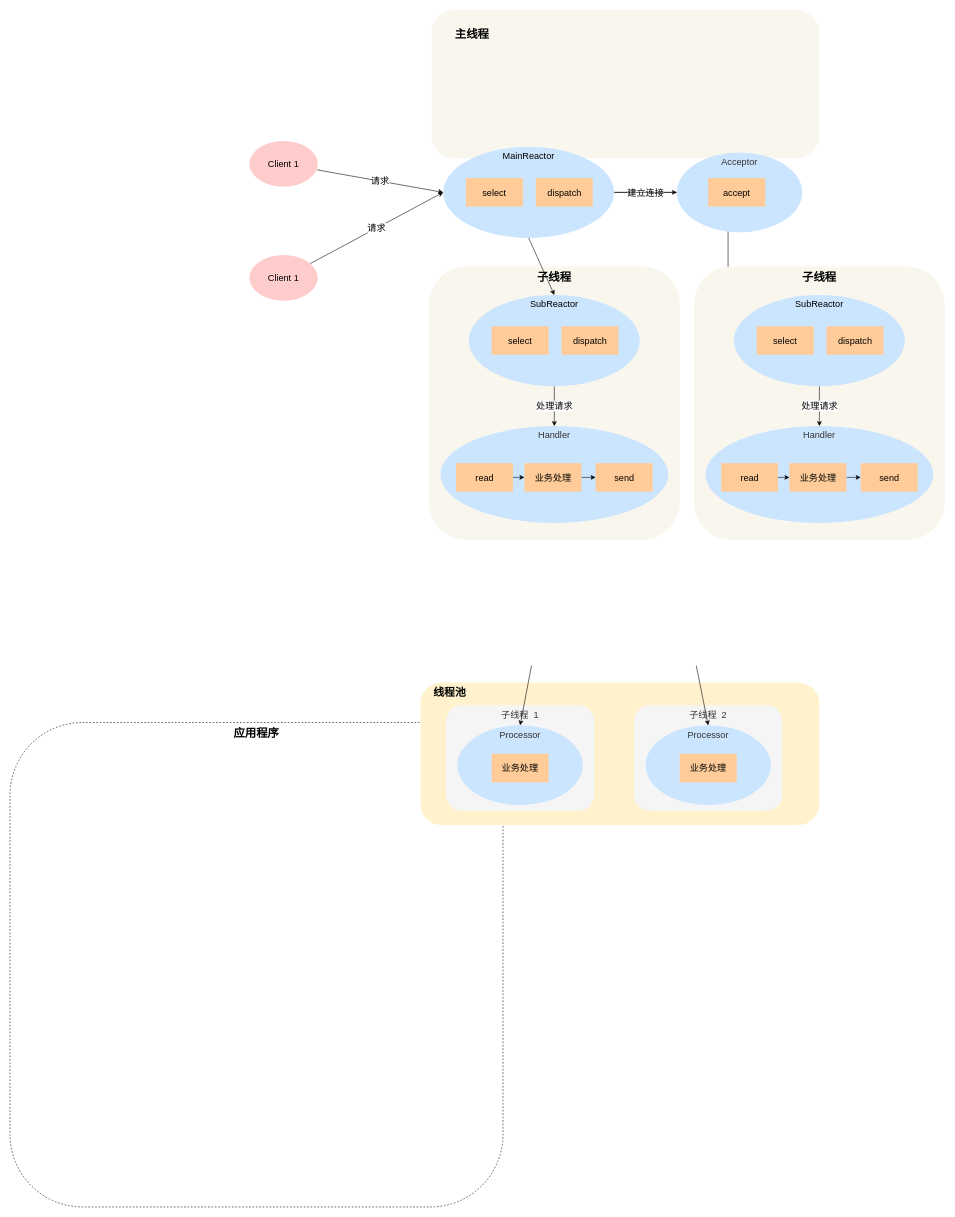
Earlier version of the draw.io diagram 操作系统/Reactor/主从Reactor多线程.drawio (xiaolincoder/ImageHost4). Source tidied: cells renumbered, new cells numbered last; positions are measured from the earlier drawing's top-left corner, leaving out a move shared by most shapes. Both pictures are drawn from the tidied source at 57%, with x=0, y=0 at pixel (10, 10).
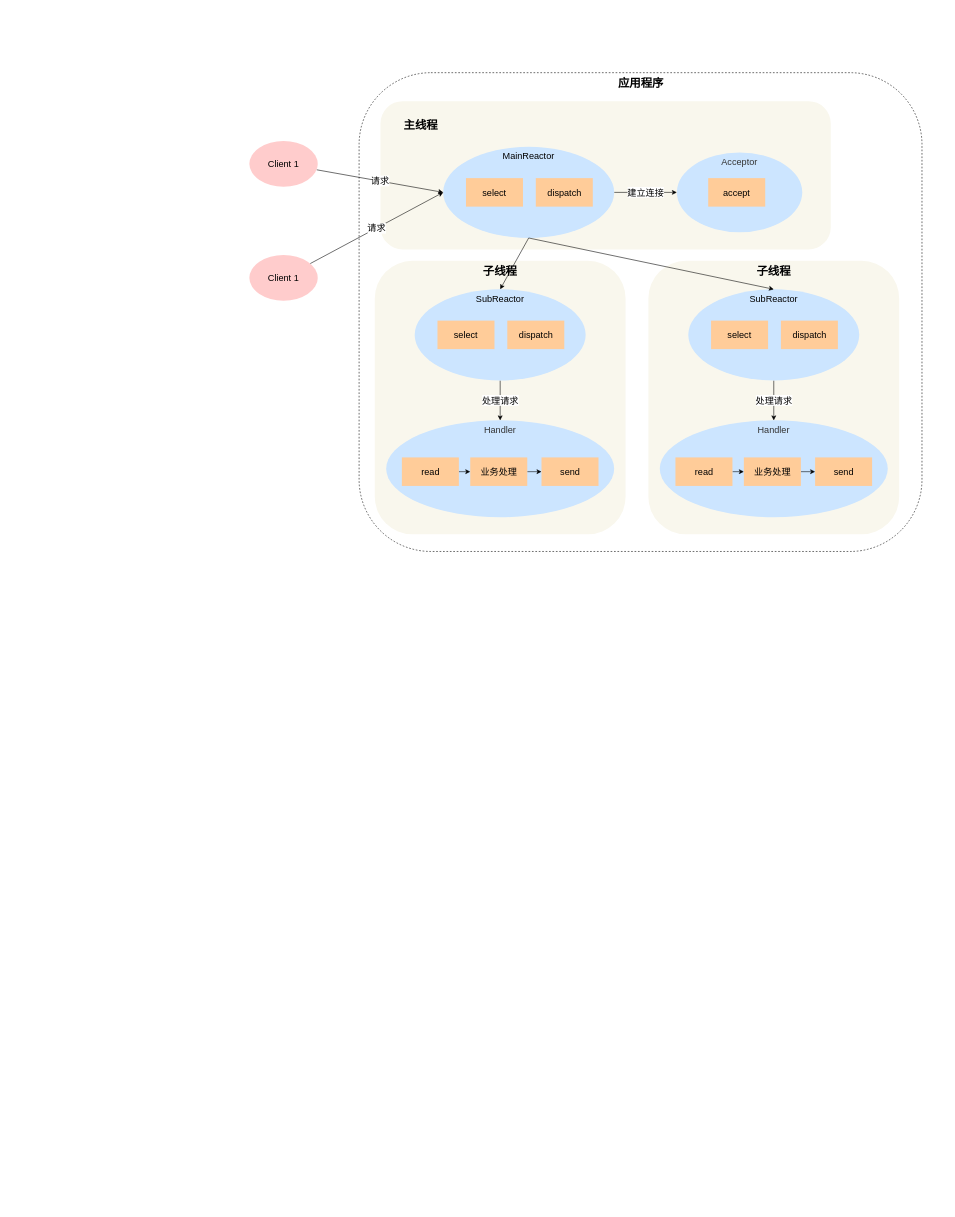
The same page after the edit.

Commit message (it also covers changes not shown here):
更新主从Reactor多线程.drawio

Unchanged cells that the change refers to:
```xml
<mxCell id="13" value="&lt;span style=&quot;font-size: 16px ; font-family: &amp;#34;pingfang sc&amp;#34; , &amp;#34;lantinghei sc&amp;#34; , &amp;#34;microsoft yahei&amp;#34; , &amp;#34;hiragino sans gb&amp;#34; , &amp;#34;microsoft sans serif&amp;#34; , &amp;#34;wenquanyi micro hei&amp;#34; , &amp;#34;helvetica&amp;#34; , sans-serif&quot;&gt;MainReactor&lt;/span&gt;" style="ellipse;html=1;verticalAlign=top;fontSize=16;fillColor=#cce5ff;whiteSpace=wrap;labelBackgroundColor=none;strokeColor=none;" parent="1" vertex="1">
  <mxGeometry x="760" y="240" width="300" height="160" as="geometry" />
</mxCell>
```

What changed in the source:
```diff
@@
+    <mxCell id="3" value="&lt;font style=&quot;font-size: 20px&quot;&gt;&lt;b&gt;应用程序&lt;/b&gt;&lt;/font&gt;" style="rounded=1;whiteSpace=wrap;html=1;labelBackgroundColor=none;fontSize=19;align=center;horizontal=1;verticalAlign=top;dashed=1;" parent="1" vertex="1">
+      <mxGeometry x="612.5" y="110" width="987.5" height="840" as="geometry" />
+    </mxCell>
     <mxCell id="2" value="&lt;span style=&quot;font-size: 20px&quot;&gt;&lt;b&gt;子线程&lt;/b&gt;&lt;/span&gt;" style="rounded=1;whiteSpace=wrap;html=1;fontSize=16;align=center;verticalAlign=top;fillColor=#f9f7ed;strokeColor=none;" parent="1" vertex="1">
-      <mxGeometry x="735" y="450" width="440" height="480" as="geometry" />
+      <mxGeometry x="640" y="440" width="440" height="480" as="geometry" />
     </mxCell>
-    <mxCell id="3" value="&lt;font style=&quot;font-size: 20px&quot;&gt;&lt;b&gt;应用程序&lt;/b&gt;&lt;/font&gt;" style="rounded=1;whiteSpace=wrap;html=1;labelBackgroundColor=none;fontSize=19;align=center;horizontal=1;verticalAlign=top;dashed=1;" parent="1" vertex="1">
-      <mxGeometry y="1250" width="865" height="850" as="geometry" />
-    </mxCell>
-    <mxCell id="4" value="&amp;nbsp; &amp;nbsp; 线程池" style="rounded=1;whiteSpace=wrap;html=1;labelBackgroundColor=none;fontSize=19;fontStyle=1;align=left;verticalAlign=top;fillColor=#fff2cc;strokeColor=none;" parent="1" vertex="1">
-      <mxGeometry x="720" y="1180" width="700" height="250" as="geometry" />
-    </mxCell>
-    <mxCell id="5" value="子线程 &amp;nbsp;1" style="rounded=1;whiteSpace=wrap;html=1;labelBackgroundColor=none;fontSize=16;verticalAlign=top;fillColor=#f5f5f5;fontColor=#333333;strokeColor=none;" parent="1" vertex="1">
-      <mxGeometry x="765" y="1220" width="260" height="185" as="geometry" />
-    </mxCell>
     <mxCell id="6" value="&lt;span style=&quot;font-size: 20px&quot;&gt;&lt;b&gt;&lt;br&gt;&amp;nbsp; &amp;nbsp; &amp;nbsp; &amp;nbsp;主线程&lt;/b&gt;&lt;/span&gt;" style="rounded=1;whiteSpace=wrap;html=1;fontSize=16;align=left;verticalAlign=top;fillColor=#f9f7ed;strokeColor=none;" parent="1" vertex="1">
-      <mxGeometry x="740" width="680" height="260" as="geometry" />
+      <mxGeometry x="650" y="160" width="790" height="260" as="geometry" />
     </mxCell>
-    <mxCell id="7" style="edgeStyle=none;rounded=0;jettySize=auto;html=1;entryX=0.5;entryY=0;entryDx=0;entryDy=0;fontSize=19;exitX=0.5;exitY=1;exitDx=0;exitDy=0;" parent="1" edge="1" target="25">
-      <mxGeometry relative="1" as="geometry">
-        <mxPoint x="915" y="1150" as="sourcePoint" />
-      </mxGeometry>
-    </mxCell>
     <mxCell id="8" value="&lt;span style=&quot;color: rgb(51 , 51 , 51) ; font-family: &amp;#34;pingfang sc&amp;#34; , &amp;#34;lantinghei sc&amp;#34; , &amp;#34;microsoft yahei&amp;#34; , &amp;#34;hiragino sans gb&amp;#34; , &amp;#34;microsoft sans serif&amp;#34; , &amp;#34;wenquanyi micro hei&amp;#34; , &amp;#34;helvetica&amp;#34; , sans-serif&quot;&gt;Handler&lt;/span&gt;" style="ellipse;whiteSpace=wrap;html=1;verticalAlign=top;fontSize=16;fillColor=#cce5ff;labelBackgroundColor=none;strokeColor=none;" parent="1" vertex="1">
-      <mxGeometry x="755" y="730" width="400" height="170" as="geometry" />
+      <mxGeometry x="660" y="720" width="400" height="170" as="geometry" />
     </mxCell>
@@
     <mxCell id="10" value="处理请求" style="rounded=0;jettySize=auto;html=1;entryX=0.5;entryY=0;entryDx=0;entryDy=0;fontSize=16;" parent="1" edge="1" target="8">
       <mxGeometry relative="1" as="geometry">
-        <mxPoint x="955" y="660" as="sourcePoint" />
+        <mxPoint x="860" y="650" as="sourcePoint" />
       </mxGeometry>
     </mxCell>
@@
-    <mxCell id="12" style="edgeStyle=orthogonalEdgeStyle;rounded=0;jettySize=auto;html=1;entryX=0.136;entryY=0.229;entryDx=0;entryDy=0;entryPerimeter=0;" parent="1" edge="1" source="13" target="36">
-      <mxGeometry relative="1" as="geometry" />
-    </mxCell>
@@
     <mxCell id="18" value="send" style="rounded=0;whiteSpace=wrap;html=1;fontSize=16;fillColor=#ffcc99;strokeColor=none;" parent="1" vertex="1">
-      <mxGeometry x="1027.5" y="795" width="100" height="50" as="geometry" />
+      <mxGeometry x="932.5" y="785" width="100" height="50" as="geometry" />
     </mxCell>
@@
     <mxCell id="20" value="read" style="rounded=0;whiteSpace=wrap;html=1;fontSize=16;fillColor=#ffcc99;strokeColor=none;" parent="1" vertex="1">
-      <mxGeometry x="782.5" y="795" width="100" height="50" as="geometry" />
+      <mxGeometry x="687.5" y="785" width="100" height="50" as="geometry" />
     </mxCell>
@@
-    <mxCell id="25" value="&lt;span style=&quot;color: rgb(51, 51, 51); font-family: &amp;quot;pingfang sc&amp;quot;, &amp;quot;lantinghei sc&amp;quot;, &amp;quot;microsoft yahei&amp;quot;, &amp;quot;hiragino sans gb&amp;quot;, &amp;quot;microsoft sans serif&amp;quot;, &amp;quot;wenquanyi micro hei&amp;quot;, helvetica, sans-serif;&quot;&gt;Processor&lt;/span&gt;" style="ellipse;whiteSpace=wrap;html=1;verticalAlign=top;fontSize=16;fillColor=#cce5ff;labelBackgroundColor=none;strokeColor=none;" parent="1" vertex="1">
-      <mxGeometry x="785" y="1255" width="220" height="140" as="geometry" />
-    </mxCell>
-    <mxCell id="26" value="业务处理" style="rounded=0;whiteSpace=wrap;html=1;fontSize=16;fillColor=#ffcc99;strokeColor=none;" parent="1" vertex="1">
-      <mxGeometry x="845" y="1305" width="100" height="50" as="geometry" />
-    </mxCell>
-    <mxCell id="27" value="子线程 &amp;nbsp;2" style="rounded=1;whiteSpace=wrap;html=1;labelBackgroundColor=none;fontSize=16;verticalAlign=top;fillColor=#f5f5f5;fontColor=#333333;strokeColor=none;" parent="1" vertex="1">
-      <mxGeometry x="1095" y="1220" width="260" height="185" as="geometry" />
-    </mxCell>
-    <mxCell id="28" value="&lt;span style=&quot;color: rgb(51, 51, 51); font-family: &amp;quot;pingfang sc&amp;quot;, &amp;quot;lantinghei sc&amp;quot;, &amp;quot;microsoft yahei&amp;quot;, &amp;quot;hiragino sans gb&amp;quot;, &amp;quot;microsoft sans serif&amp;quot;, &amp;quot;wenquanyi micro hei&amp;quot;, helvetica, sans-serif;&quot;&gt;Processor&lt;/span&gt;" style="ellipse;whiteSpace=wrap;html=1;verticalAlign=top;fontSize=16;fillColor=#cce5ff;labelBackgroundColor=none;strokeColor=none;" parent="1" vertex="1">
-      <mxGeometry x="1115" y="1255" width="220" height="140" as="geometry" />
-    </mxCell>
-    <mxCell id="29" value="业务处理" style="rounded=0;whiteSpace=wrap;html=1;fontSize=16;fillColor=#ffcc99;strokeColor=none;" parent="1" vertex="1">
-      <mxGeometry x="1175" y="1305" width="100" height="50" as="geometry" />
-    </mxCell>
-    <mxCell id="30" style="edgeStyle=none;rounded=0;jettySize=auto;html=1;entryX=0.5;entryY=0;entryDx=0;entryDy=0;fontSize=19;exitX=0.5;exitY=1;exitDx=0;exitDy=0;" parent="1" edge="1" target="28">
-      <mxGeometry relative="1" as="geometry">
-        <mxPoint x="1204" y="1150" as="sourcePoint" />
-      </mxGeometry>
-    </mxCell>
     <mxCell id="31" value="&lt;span style=&quot;font-size: 16px ; font-family: &amp;#34;pingfang sc&amp;#34; , &amp;#34;lantinghei sc&amp;#34; , &amp;#34;microsoft yahei&amp;#34; , &amp;#34;hiragino sans gb&amp;#34; , &amp;#34;microsoft sans serif&amp;#34; , &amp;#34;wenquanyi micro hei&amp;#34; , &amp;#34;helvetica&amp;#34; , sans-serif&quot;&gt;SubReactor&lt;/span&gt;" style="ellipse;html=1;verticalAlign=top;fontSize=16;fillColor=#cce5ff;whiteSpace=wrap;labelBackgroundColor=none;strokeColor=none;" parent="1" vertex="1">
-      <mxGeometry x="805" y="500" width="300" height="160" as="geometry" />
+      <mxGeometry x="710" y="490" width="300" height="160" as="geometry" />
     </mxCell>
     <mxCell id="32" value="select" style="rounded=0;whiteSpace=wrap;html=1;fontSize=16;fillColor=#ffcc99;strokeColor=none;" parent="1" vertex="1">
-      <mxGeometry x="845" y="555" width="100" height="50" as="geometry" />
+      <mxGeometry x="750" y="545" width="100" height="50" as="geometry" />
     </mxCell>
     <mxCell id="33" value="dispatch" style="rounded=0;whiteSpace=wrap;html=1;fontSize=16;fillColor=#ffcc99;strokeColor=none;" parent="1" vertex="1">
-      <mxGeometry x="967.5" y="555" width="100" height="50" as="geometry" />
+      <mxGeometry x="872.5" y="545" width="100" height="50" as="geometry" />
     </mxCell>
@@
     <mxCell id="35" value="业务处理" style="rounded=0;whiteSpace=wrap;html=1;fontSize=16;fillColor=#ffcc99;strokeColor=none;" parent="1" vertex="1">
-      <mxGeometry x="902.5" y="795" width="100" height="50" as="geometry" />
+      <mxGeometry x="807.5" y="785" width="100" height="50" as="geometry" />
     </mxCell>
     <mxCell id="36" value="&lt;span style=&quot;font-size: 20px&quot;&gt;&lt;b&gt;子线程&lt;/b&gt;&lt;/span&gt;" style="rounded=1;whiteSpace=wrap;html=1;fontSize=16;align=center;verticalAlign=top;fillColor=#f9f7ed;strokeColor=none;" parent="1" vertex="1">
-      <mxGeometry x="1200" y="450" width="440" height="480" as="geometry" />
+      <mxGeometry x="1120" y="440" width="440" height="480" as="geometry" />
     </mxCell>
     <mxCell id="37" value="&lt;span style=&quot;color: rgb(51 , 51 , 51) ; font-family: &amp;#34;pingfang sc&amp;#34; , &amp;#34;lantinghei sc&amp;#34; , &amp;#34;microsoft yahei&amp;#34; , &amp;#34;hiragino sans gb&amp;#34; , &amp;#34;microsoft sans serif&amp;#34; , &amp;#34;wenquanyi micro hei&amp;#34; , &amp;#34;helvetica&amp;#34; , sans-serif&quot;&gt;Handler&lt;/span&gt;" style="ellipse;whiteSpace=wrap;html=1;verticalAlign=top;fontSize=16;fillColor=#cce5ff;labelBackgroundColor=none;strokeColor=none;" parent="1" vertex="1">
-      <mxGeometry x="1220" y="730" width="400" height="170" as="geometry" />
+      <mxGeometry x="1140" y="720" width="400" height="170" as="geometry" />
     </mxCell>
     <mxCell id="38" value="处理请求" style="rounded=0;jettySize=auto;html=1;entryX=0.5;entryY=0;entryDx=0;entryDy=0;fontSize=16;" parent="1" edge="1" target="37">
       <mxGeometry relative="1" as="geometry">
-        <mxPoint x="1420" y="660" as="sourcePoint" />
+        <mxPoint x="1340" y="650" as="sourcePoint" />
       </mxGeometry>
     </mxCell>
     <mxCell id="39" value="send" style="rounded=0;whiteSpace=wrap;html=1;fontSize=16;fillColor=#ffcc99;strokeColor=none;" parent="1" vertex="1">
-      <mxGeometry x="1492.5" y="795" width="100" height="50" as="geometry" />
+      <mxGeometry x="1412.5" y="785" width="100" height="50" as="geometry" />
     </mxCell>
@@
     <mxCell id="41" value="read" style="rounded=0;whiteSpace=wrap;html=1;fontSize=16;fillColor=#ffcc99;strokeColor=none;" parent="1" vertex="1">
-      <mxGeometry x="1247.5" y="795" width="100" height="50" as="geometry" />
+      <mxGeometry x="1167.5" y="785" width="100" height="50" as="geometry" />
     </mxCell>
     <mxCell id="42" value="&lt;span style=&quot;font-size: 16px ; font-family: &amp;#34;pingfang sc&amp;#34; , &amp;#34;lantinghei sc&amp;#34; , &amp;#34;microsoft yahei&amp;#34; , &amp;#34;hiragino sans gb&amp;#34; , &amp;#34;microsoft sans serif&amp;#34; , &amp;#34;wenquanyi micro hei&amp;#34; , &amp;#34;helvetica&amp;#34; , sans-serif&quot;&gt;SubReactor&lt;/span&gt;" style="ellipse;html=1;verticalAlign=top;fontSize=16;fillColor=#cce5ff;whiteSpace=wrap;labelBackgroundColor=none;strokeColor=none;" parent="1" vertex="1">
-      <mxGeometry x="1270" y="500" width="300" height="160" as="geometry" />
+      <mxGeometry x="1190" y="490" width="300" height="160" as="geometry" />
     </mxCell>
     <mxCell id="43" value="select" style="rounded=0;whiteSpace=wrap;html=1;fontSize=16;fillColor=#ffcc99;strokeColor=none;" parent="1" vertex="1">
-      <mxGeometry x="1310" y="555" width="100" height="50" as="geometry" />
+      <mxGeometry x="1230" y="545" width="100" height="50" as="geometry" />
     </mxCell>
     <mxCell id="44" value="dispatch" style="rounded=0;whiteSpace=wrap;html=1;fontSize=16;fillColor=#ffcc99;strokeColor=none;" parent="1" vertex="1">
-      <mxGeometry x="1432.5" y="555" width="100" height="50" as="geometry" />
+      <mxGeometry x="1352.5" y="545" width="100" height="50" as="geometry" />
     </mxCell>
@@
     <mxCell id="46" value="业务处理" style="rounded=0;whiteSpace=wrap;html=1;fontSize=16;fillColor=#ffcc99;strokeColor=none;" parent="1" vertex="1">
-      <mxGeometry x="1367.5" y="795" width="100" height="50" as="geometry" />
+      <mxGeometry x="1287.5" y="785" width="100" height="50" as="geometry" />
     </mxCell>
+    <mxCell id="47" style="rounded=0;jettySize=auto;html=1;entryX=0.5;entryY=0;entryDx=0;entryDy=0;exitX=0.5;exitY=1;exitDx=0;exitDy=0;" parent="1" edge="1" source="13" target="42">
+      <mxGeometry relative="1" as="geometry" />
+    </mxCell>
```
